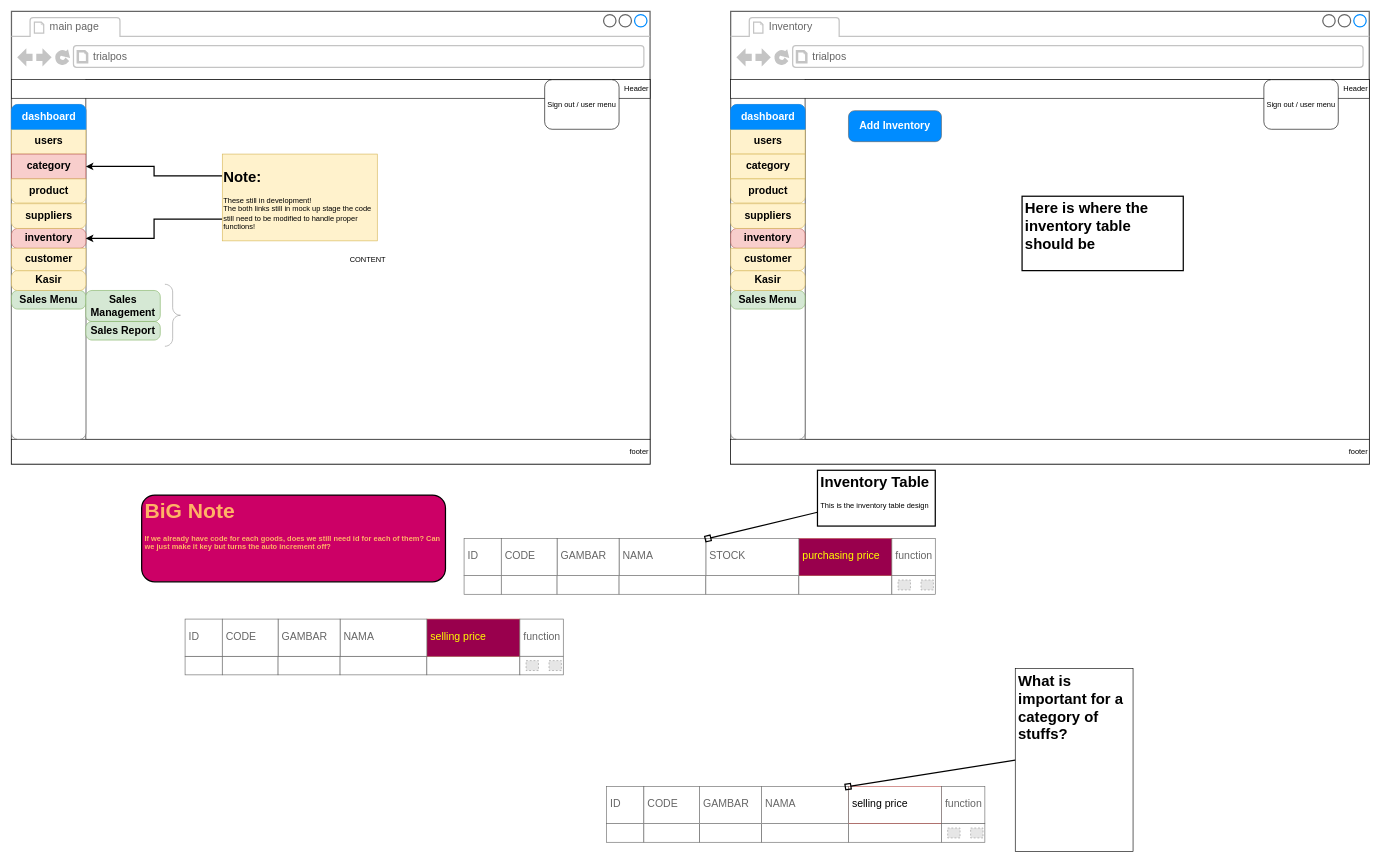
m00racle/trialpos keeps this draw.io diagram as page "mockups" (6 of 7) of docs/2020-06-21_UML.drawio. Above is the earlier version. Source tidied: cells renumbered, new cells numbered last; positions are measured from the earlier drawing's top-left corner, leaving out a move shared by most shapes. Both pictures are drawn from the tidied source at 62%, with x=0, y=0 at pixel (11, 11). Pictures stored in the file or linked from it are replaced by grey dashed boxes.
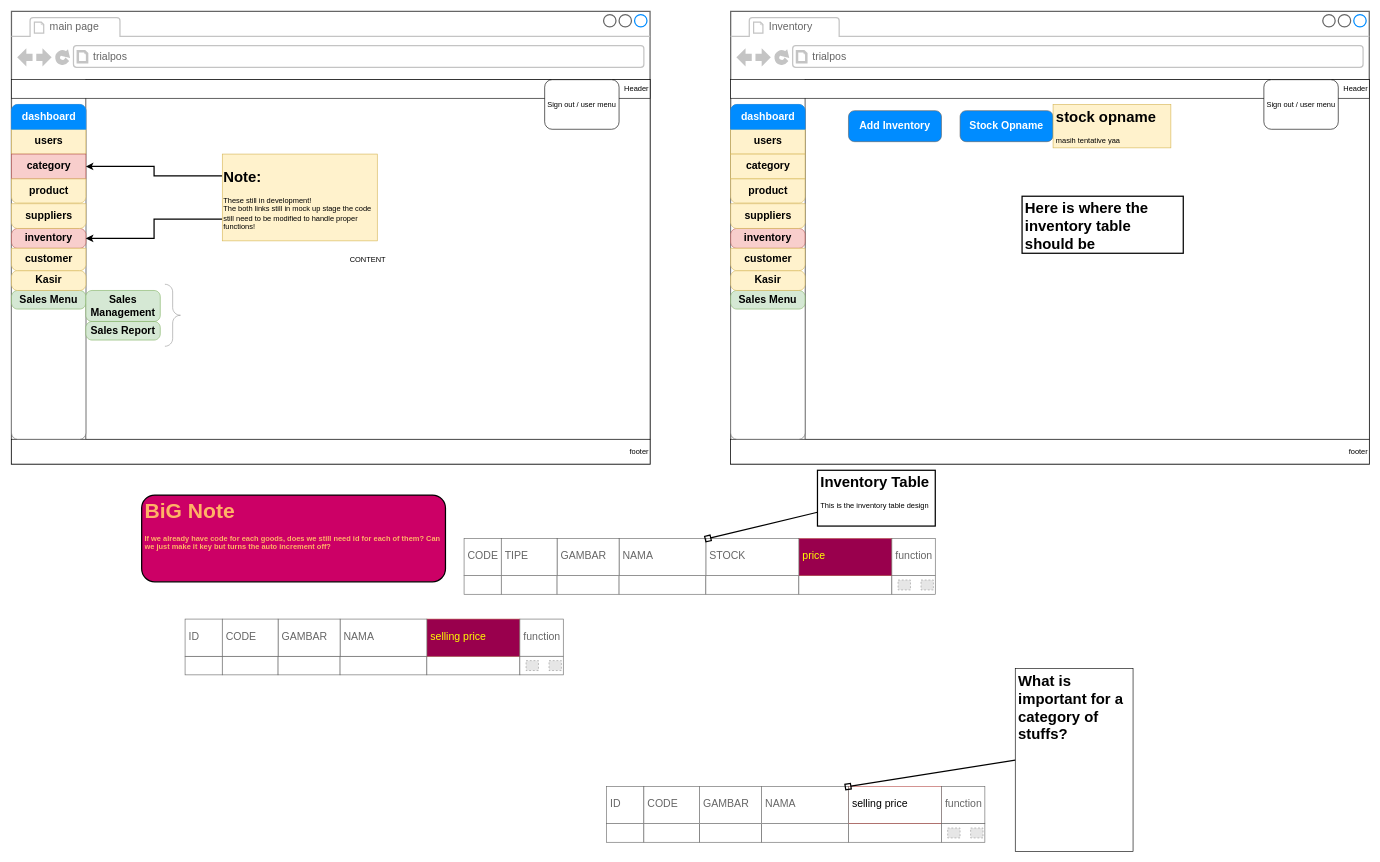
After the change.

The change refers to these unchanged cells:
```xml
<mxCell id="25" style="strokeWidth=2;shadow=0;dashed=0;align=center;html=1;shape=mxgraph.mockup.containers.browserWindow;rSize=0;strokeColor=#666666;strokeColor2=#008cff;strokeColor3=#c4c4c4;mainText=,;" parent="1" vertex="1">
  <mxGeometry x="1160" width="1030" height="730" as="geometry" />
</mxCell>
<mxCell id="55" style="group;" parent="1" vertex="1">
  <mxGeometry x="730" y="850" width="760" height="60" as="geometry" />
</mxCell>
```

The edit, as a diff of the source:
```diff
@@
     <mxCell id="43" value="&lt;h1&gt;Here is where the inventory table should be&lt;/h1&gt;" style="text;html=1;fillColor=none;spacing=5;spacingTop=-20;whiteSpace=wrap;overflow=hidden;rounded=0;fontColor=#000000;strokeWidth=2;strokeColor=#000000;" parent="25" vertex="1">
-      <mxGeometry x="470" y="298" width="260" height="120" as="geometry" />
+      <mxGeometry x="470" y="298" width="260" height="92" as="geometry" />
     </mxCell>
+    <mxCell id="97" value="Stock Opname" style="strokeWidth=1;shadow=0;dashed=0;align=center;html=1;shape=mxgraph.mockup.buttons.button;strokeColor=#666666;fontColor=#ffffff;mainText=;buttonStyle=round;fontSize=17;fontStyle=1;fillColor=#008cff;whiteSpace=wrap;" parent="25" vertex="1">
+      <mxGeometry x="370" y="160" width="150" height="50" as="geometry" />
+    </mxCell>
+    <mxCell id="98" value="&lt;h1&gt;stock opname&lt;/h1&gt;&lt;div&gt;masih tentative yaa&lt;/div&gt;" style="text;html=1;strokeColor=#d6b656;fillColor=#fff2cc;spacing=5;spacingTop=-20;whiteSpace=wrap;overflow=hidden;rounded=0;" parent="25" vertex="1">
+      <mxGeometry x="520" y="150" width="190" height="70" as="geometry" />
+    </mxCell>
@@
-    <mxCell id="56" value="ID" style="strokeWidth=1;shadow=0;dashed=0;align=center;html=1;shape=mxgraph.mockup.text.textBox;fontColor=#666666;align=left;fontSize=17;spacingLeft=4;spacingTop=-3;strokeColor=#666666;mainText=;" parent="55" vertex="1">
+    <mxCell id="56" value="CODE" style="strokeWidth=1;shadow=0;dashed=0;align=center;html=1;shape=mxgraph.mockup.text.textBox;fontColor=#666666;align=left;fontSize=17;spacingLeft=4;spacingTop=-3;strokeColor=#666666;mainText=;" parent="55" vertex="1">
       <mxGeometry width="60" height="60" as="geometry" />
     </mxCell>
-    <mxCell id="57" value="purchasing price" style="strokeWidth=1;shadow=0;dashed=0;align=center;html=1;shape=mxgraph.mockup.text.textBox;align=left;fontSize=17;spacingLeft=4;spacingTop=-3;strokeColor=#b85450;mainText=;fillColor=#99004D;fontColor=#FFFF00;" parent="55" vertex="1">
+    <mxCell id="57" value="price" style="strokeWidth=1;shadow=0;dashed=0;align=center;html=1;shape=mxgraph.mockup.text.textBox;align=left;fontSize=17;spacingLeft=4;spacingTop=-3;strokeColor=#b85450;mainText=;fillColor=#99004D;fontColor=#FFFF00;" parent="55" vertex="1">
       <mxGeometry x="540" width="150" height="60" as="geometry" />
     </mxCell>
@@
-    <mxCell id="61" value="CODE" style="strokeWidth=1;shadow=0;dashed=0;align=center;html=1;shape=mxgraph.mockup.text.textBox;fontColor=#666666;align=left;fontSize=17;spacingLeft=4;spacingTop=-3;strokeColor=#666666;mainText=;" parent="55" vertex="1">
+    <mxCell id="61" value="TIPE" style="strokeWidth=1;shadow=0;dashed=0;align=center;html=1;shape=mxgraph.mockup.text.textBox;fontColor=#666666;align=left;fontSize=17;spacingLeft=4;spacingTop=-3;strokeColor=#666666;mainText=;" parent="55" vertex="1">
       <mxGeometry x="60" width="90" height="60" as="geometry" />
     </mxCell>
```
